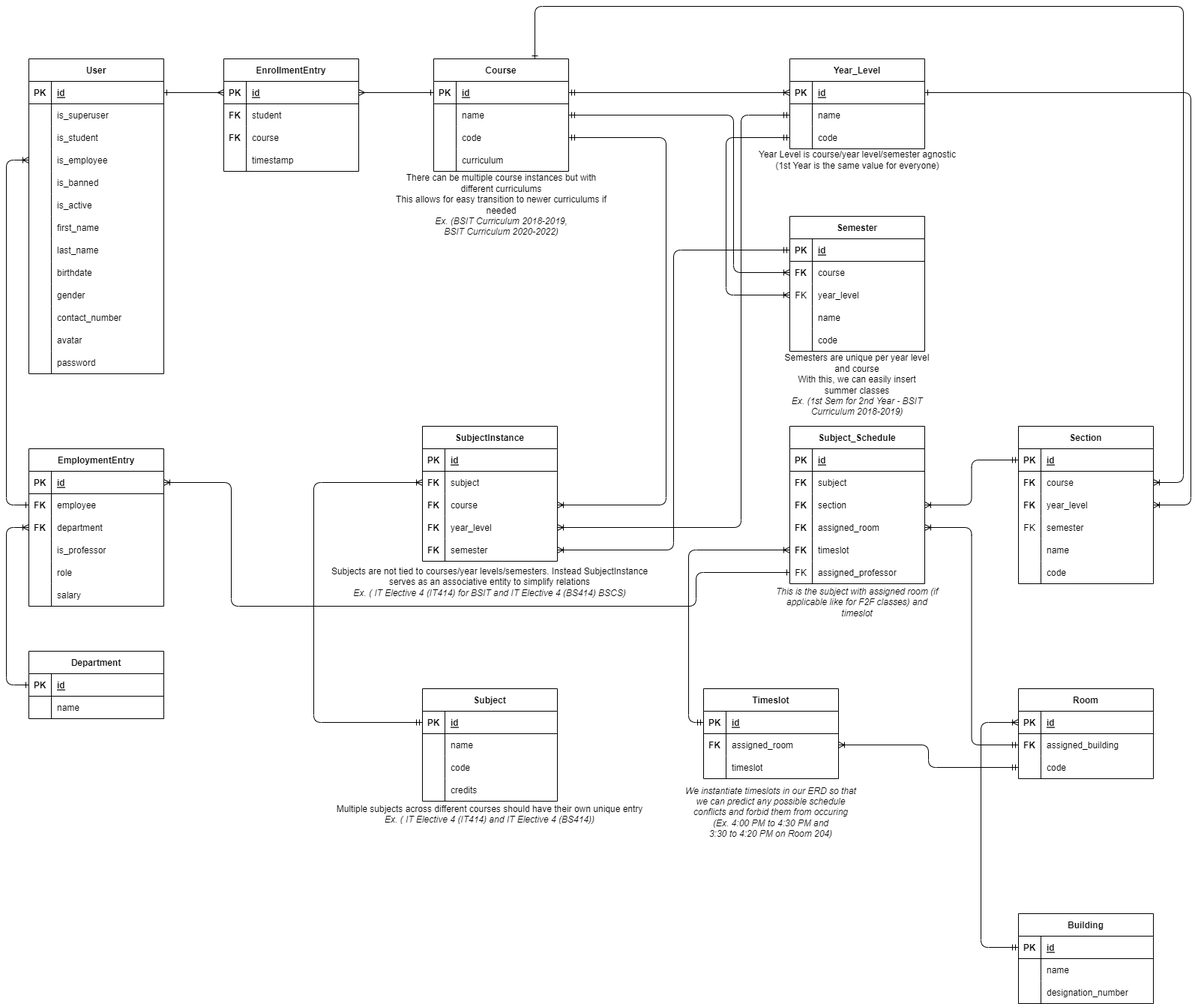
Before: documentation/erd.drawio.png, a diagram exported from draw.io (lemeow125/UniversitySystem-Backend). Source tidied: cells renumbered, new cells last; positions are measured from the earlier drawing's top-left corner, leaving out a move shared by most shapes.
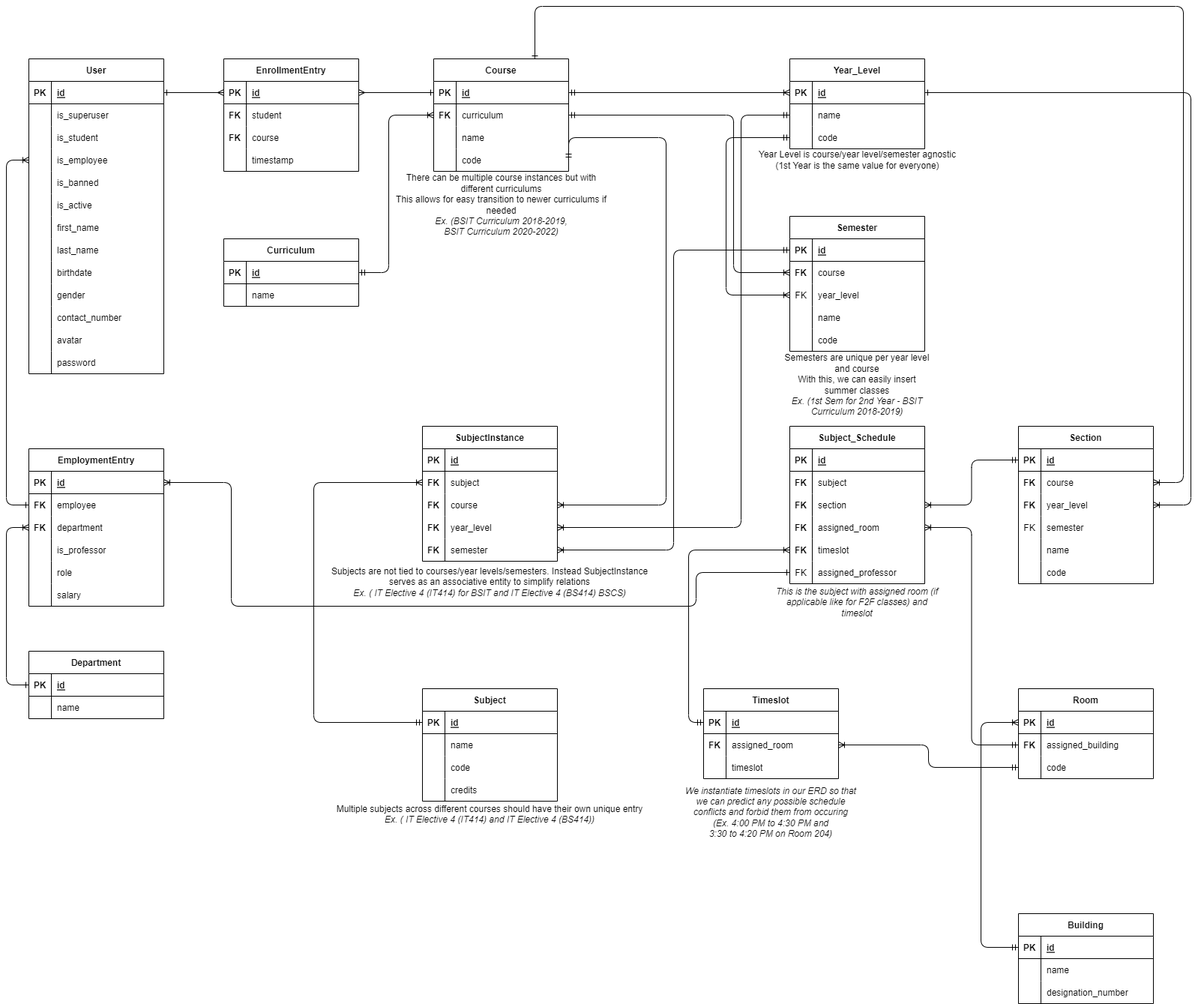
Above is the later version.

What changed in the source:
```diff
@@ -569,14 +569,23 @@
     <mxCell id="180" style="shape=tableRow;horizontal=0;startSize=0;swimlaneHead=0;swimlaneBody=0;fillColor=none;points=[[0,0.5],[1,0.5]];portConstraint=eastwest;top=0;left=0;right=0;bottom=0;" parent="176" vertex="1">
       <mxGeometry y="60" width="180" height="30" as="geometry" />
     </mxCell>
-    <mxCell id="181" style="shape=partialRectangle;fillColor=none;top=0;left=0;bottom=0;right=0;overflow=hidden;" parent="180" vertex="1">
+    <mxCell id="181" value="FK" style="shape=partialRectangle;fillColor=none;top=0;left=0;bottom=0;right=0;overflow=hidden;fontStyle=1;" parent="180" vertex="1">
       <mxGeometry width="30" height="30" as="geometry" />
     </mxCell>
-    <mxCell id="182" value="name" style="shape=partialRectangle;fillColor=none;top=0;left=0;bottom=0;right=0;align=left;spacingLeft=6;overflow=hidden;" parent="180" vertex="1">
+    <mxCell id="182" value="curriculum" style="shape=partialRectangle;fillColor=none;top=0;left=0;bottom=0;right=0;align=left;spacingLeft=6;overflow=hidden;" parent="180" vertex="1">
       <mxGeometry x="30" width="150" height="30" as="geometry" />
     </mxCell>
+    <mxCell id="250" style="shape=tableRow;horizontal=0;startSize=0;swimlaneHead=0;swimlaneBody=0;fillColor=none;top=0;left=0;right=0;bottom=0;" parent="176" vertex="1">
+      <mxGeometry y="90" width="180" height="30" as="geometry" />
+    </mxCell>
+    <mxCell id="251" style="shape=partialRectangle;fillColor=none;top=0;left=0;bottom=0;right=0;overflow=hidden;" parent="250" vertex="1">
+      <mxGeometry width="30" height="30" as="geometry" />
+    </mxCell>
+    <mxCell id="252" value="name" style="shape=partialRectangle;fillColor=none;top=0;left=0;bottom=0;right=0;align=left;spacingLeft=6;overflow=hidden;" parent="250" vertex="1">
+      <mxGeometry x="30" width="150" height="30" as="geometry" />
+    </mxCell>
     <mxCell id="183" style="shape=tableRow;horizontal=0;startSize=0;swimlaneHead=0;swimlaneBody=0;fillColor=none;points=[[0,0.5],[1,0.5]];portConstraint=eastwest;top=0;left=0;right=0;bottom=0;" parent="176" vertex="1">
-      <mxGeometry y="90" width="180" height="30" as="geometry" />
+      <mxGeometry y="120" width="180" height="30" as="geometry" />
     </mxCell>
     <mxCell id="184" style="shape=partialRectangle;fillColor=none;top=0;left=0;bottom=0;right=0;overflow=hidden;" parent="183" vertex="1">
       <mxGeometry width="30" height="30" as="geometry" />
@@ -584,15 +593,6 @@
     <mxCell id="185" value="code" style="shape=partialRectangle;fillColor=none;top=0;left=0;bottom=0;right=0;align=left;spacingLeft=6;overflow=hidden;" parent="183" vertex="1">
       <mxGeometry x="30" width="150" height="30" as="geometry" />
     </mxCell>
-    <mxCell id="186" style="shape=tableRow;horizontal=0;startSize=0;swimlaneHead=0;swimlaneBody=0;fillColor=none;top=0;left=0;right=0;bottom=0;" parent="176" vertex="1">
-      <mxGeometry y="120" width="180" height="30" as="geometry" />
-    </mxCell>
-    <mxCell id="187" style="shape=partialRectangle;fillColor=none;top=0;left=0;bottom=0;right=0;overflow=hidden;" parent="186" vertex="1">
-      <mxGeometry width="30" height="30" as="geometry" />
-    </mxCell>
-    <mxCell id="188" value="curriculum" style="shape=partialRectangle;fillColor=none;top=0;left=0;bottom=0;right=0;align=left;spacingLeft=6;overflow=hidden;" parent="186" vertex="1">
-      <mxGeometry x="30" width="150" height="30" as="geometry" />
-    </mxCell>
     <mxCell id="189" value="There can be multiple course instances but with different curriculums&lt;br&gt;This allows for easy transition to newer curriculums if needed&lt;br&gt;&lt;i&gt;Ex. (BSIT Curriculum 2018-2019,&lt;br&gt;BSIT Curriculum 2020-2022)&lt;/i&gt;" style="text;html=1;strokeColor=none;fillColor=none;align=center;verticalAlign=middle;whiteSpace=wrap;rounded=0;" parent="175" vertex="1">
       <mxGeometry y="180" width="285" height="30" as="geometry" />
     </mxCell>
@@ -809,5 +809,42 @@
         </Array>
       </mxGeometry>
     </mxCell>
+    <mxCell id="253" value="Curriculum" style="shape=table;startSize=30;rowLines=0;fontStyle=1;align=center;" parent="1" vertex="1">
+      <mxGeometry x="290" y="310" width="180" height="90" as="geometry" />
+    </mxCell>
+    <mxCell id="254" style="shape=tableRow;horizontal=0;startSize=0;swimlaneHead=0;swimlaneBody=0;fillColor=none;points=[[0,0.5],[1,0.5]];portConstraint=eastwest;top=0;left=0;right=0;bottom=1;" parent="253" vertex="1">
+      <mxGeometry y="30" width="180" height="30" as="geometry" />
+    </mxCell>
+    <mxCell id="255" value="PK" style="shape=partialRectangle;fillColor=none;top=0;left=0;bottom=0;right=0;fontStyle=1;overflow=hidden;" parent="254" vertex="1">
+      <mxGeometry width="30" height="30" as="geometry" />
+    </mxCell>
+    <mxCell id="256" value="id" style="shape=partialRectangle;fillColor=none;top=0;left=0;bottom=0;right=0;align=left;spacingLeft=6;fontStyle=5;overflow=hidden;" parent="254" vertex="1">
+      <mxGeometry x="30" width="150" height="30" as="geometry" />
+    </mxCell>
+    <mxCell id="257" style="shape=tableRow;horizontal=0;startSize=0;swimlaneHead=0;swimlaneBody=0;fillColor=none;top=0;left=0;right=0;bottom=0;" parent="253" vertex="1">
+      <mxGeometry y="60" width="180" height="30" as="geometry" />
+    </mxCell>
+    <mxCell id="258" style="shape=partialRectangle;fillColor=none;top=0;left=0;bottom=0;right=0;overflow=hidden;" parent="257" vertex="1">
+      <mxGeometry width="30" height="30" as="geometry" />
+    </mxCell>
+    <mxCell id="259" value="name" style="shape=partialRectangle;fillColor=none;top=0;left=0;bottom=0;right=0;align=left;spacingLeft=6;overflow=hidden;" parent="257" vertex="1">
+      <mxGeometry x="30" width="150" height="30" as="geometry" />
+    </mxCell>
+    <mxCell id="260" style="edgeStyle=orthogonalEdgeStyle;html=1;exitX=1;exitY=0.5;exitDx=0;exitDy=0;entryX=0;entryY=0.5;entryDx=0;entryDy=0;endArrow=ERoneToMany;endFill=0;startArrow=ERmandOne;startFill=0;" parent="1" edge="1" source="254" target="x">
+      <mxGeometry relative="1" as="geometry">
+        <Array as="points">
+          <mxPoint x="500" y="355" />
+          <mxPoint x="500" y="205" />
+        </Array>
+      </mxGeometry>
+    </mxCell>
+    <mxCell id="261" style="edgeStyle=orthogonalEdgeStyle;html=1;exitX=1;exitY=0.5;exitDx=0;exitDy=0;entryX=0;entryY=0.5;entryDx=0;entryDy=0;startArrow=ERmandOne;startFill=0;endArrow=ERoneToMany;endFill=0;" parent="1" edge="1" source="254" target="180">
+      <mxGeometry relative="1" as="geometry">
+        <Array as="points">
+          <mxPoint x="510" y="355" />
+          <mxPoint x="510" y="145" />
+        </Array>
+      </mxGeometry>
+    </mxCell>
   </root>
 </mxGraphModel>
```
